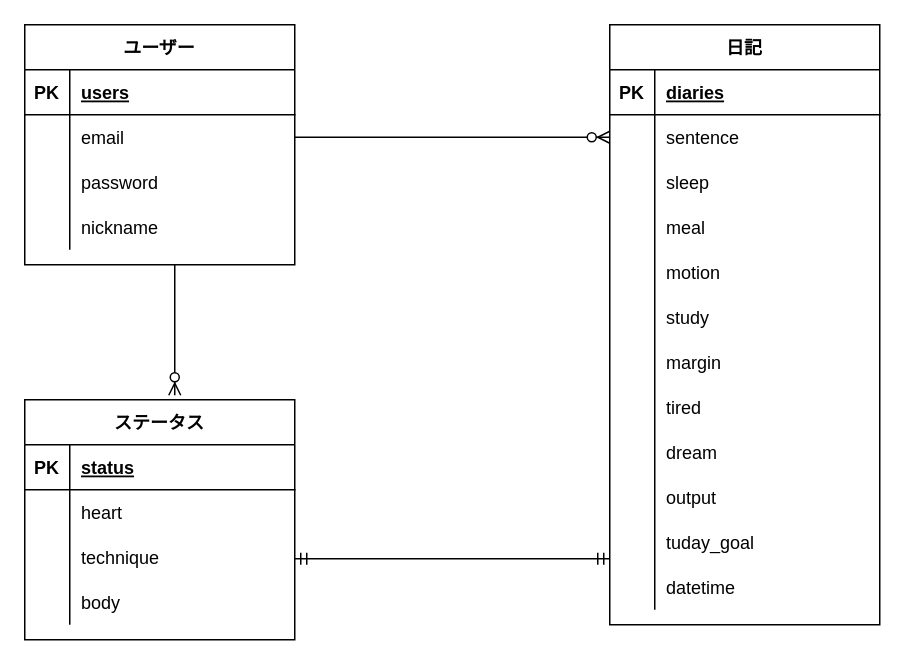
The draw.io diagram ER.dio in MiyaMasaomi/htbcheker, before the edit. Source tidied: cells renumbered, new cells numbered last; positions are measured from the earlier drawing's top-left corner, leaving out a move shared by most shapes. Both pictures are drawn from the tidied source at 150%, with x=0, y=0 at pixel (24, 24).
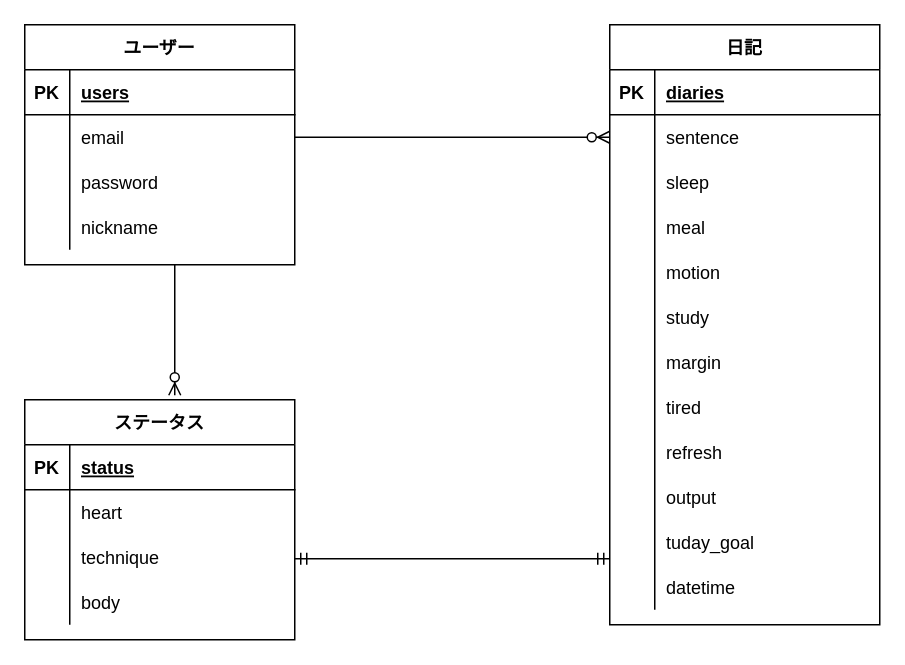
The same diagram, later.

Unchanged cells that the change refers to:
```xml
<mxCell id="40" style="shape=partialRectangle;fillColor=none;top=0;left=0;bottom=0;right=0;" parent="15" vertex="1">
  <mxGeometry y="270" width="180" height="30" as="geometry" />
</mxCell>
```

What changed in the source:
```diff
@@
-    <mxCell id="42" value="dream" style="shape=partialRectangle;fillColor=none;top=0;left=0;bottom=0;right=0;align=left;spacingLeft=6;overflow=hidden;" parent="40" vertex="1">
+    <mxCell id="42" value="refresh" style="shape=partialRectangle;fillColor=none;top=0;left=0;bottom=0;right=0;align=left;spacingLeft=6;overflow=hidden;" parent="40" vertex="1">
       <mxGeometry x="30" width="150" height="30" as="geometry" />
     </mxCell>
```
